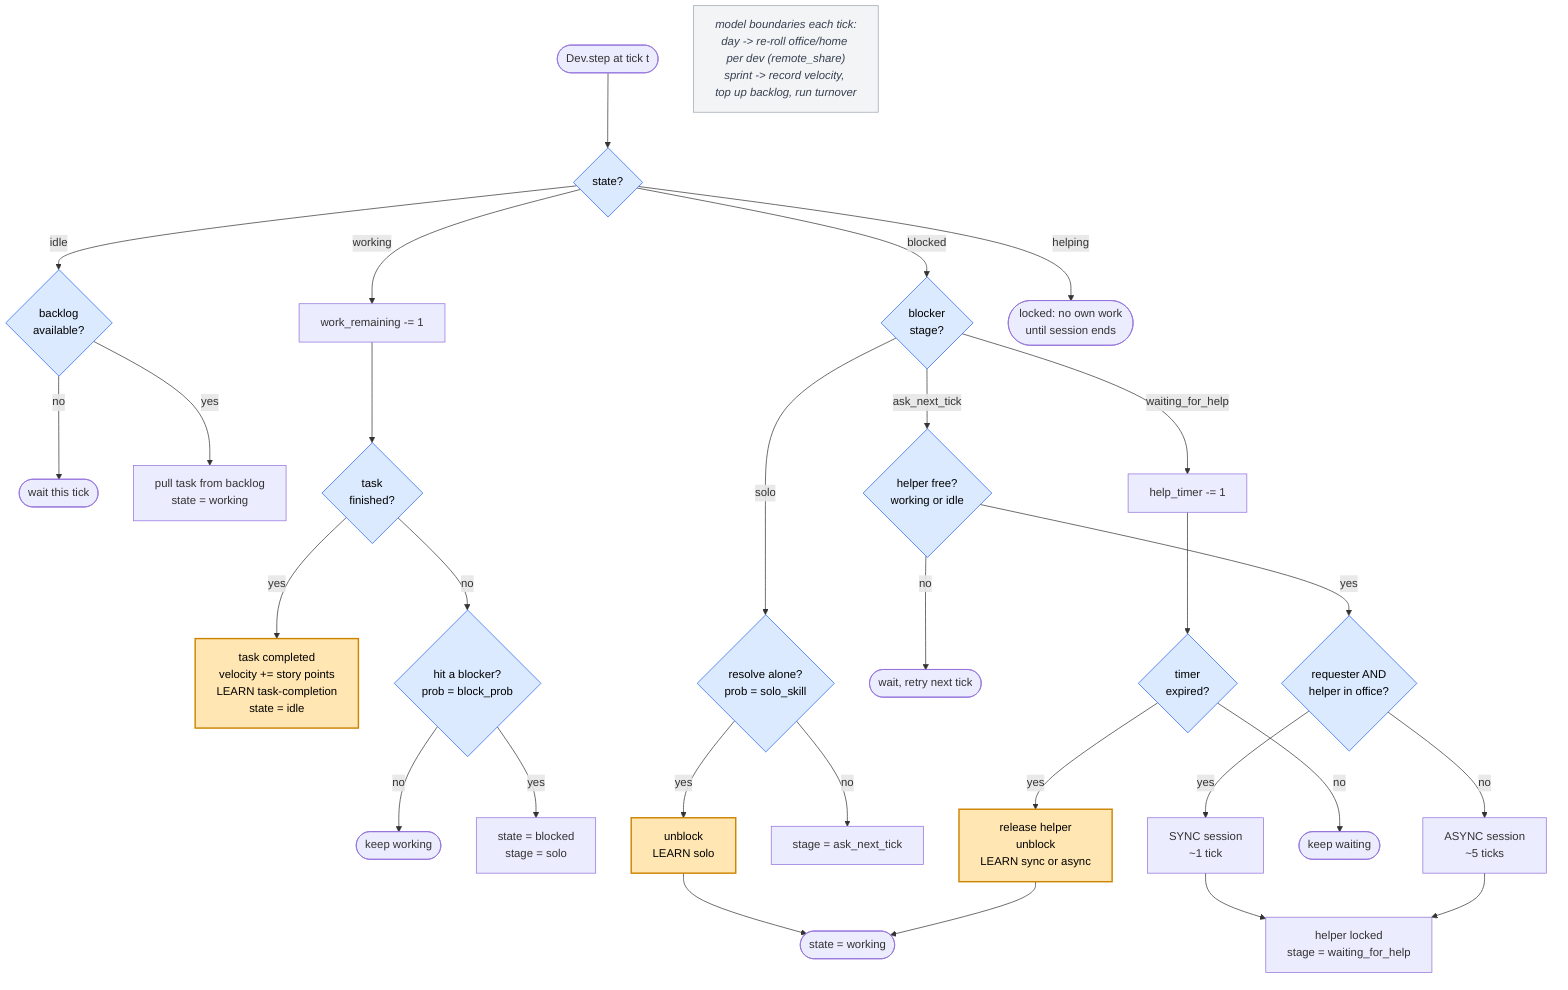
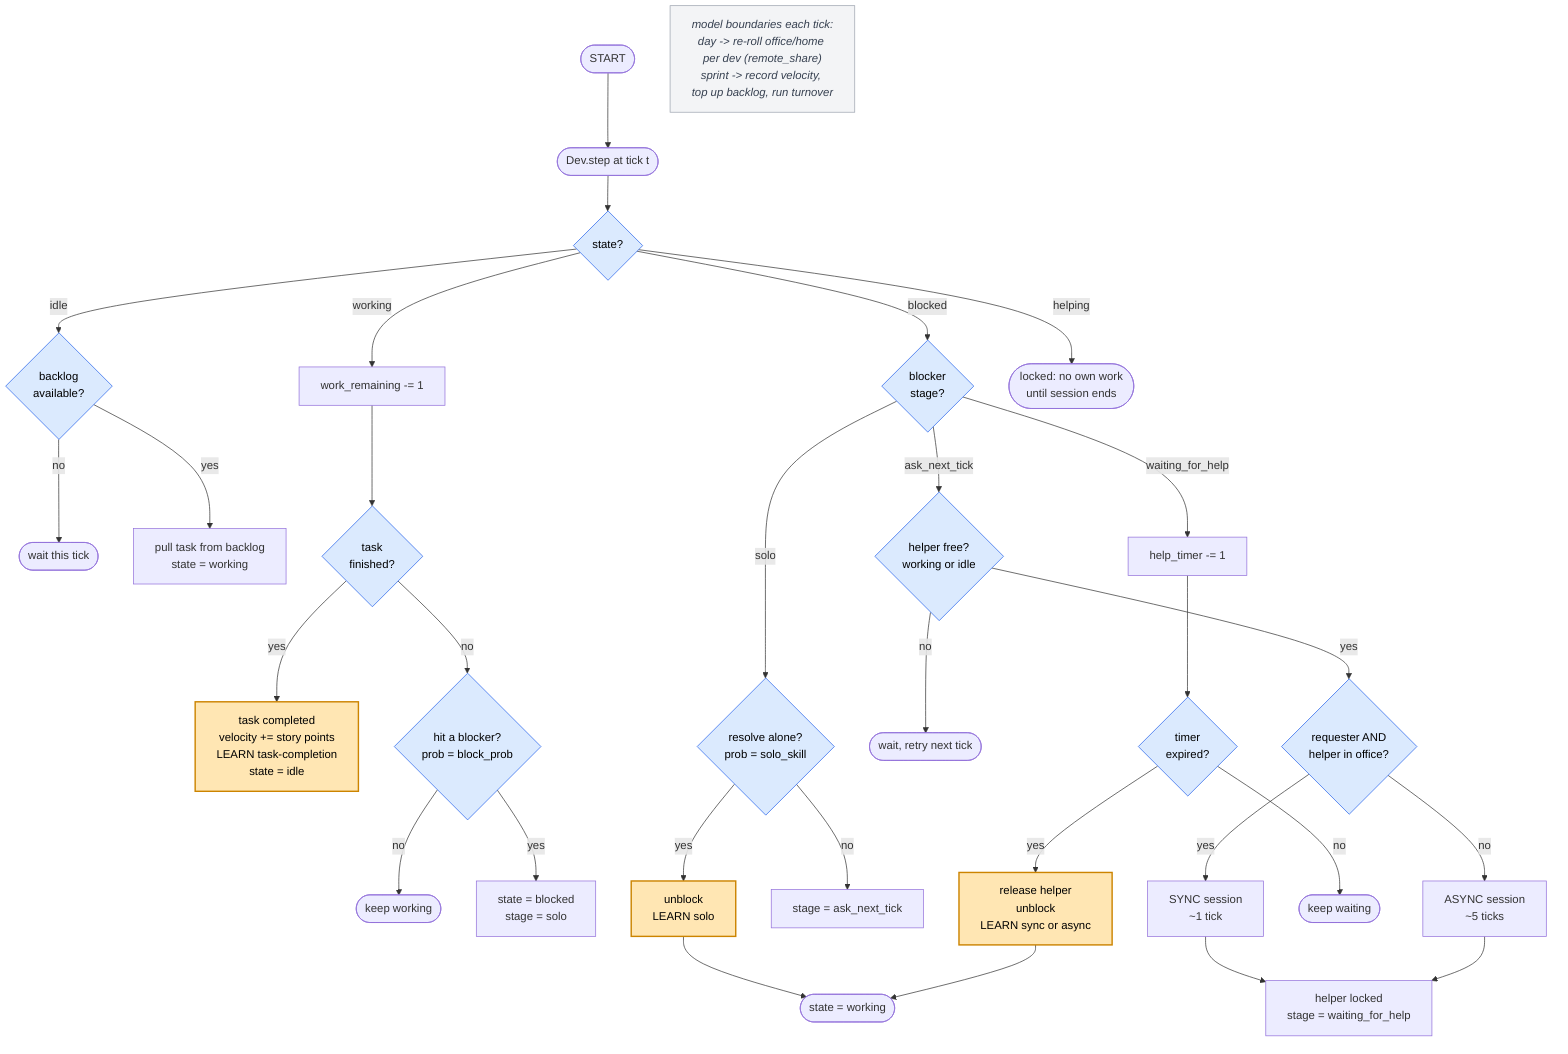
flowchart TD
-     Start([Dev.step at tick t]) --> S{state?}
+     Begin([START]) --> Start([Dev.step at tick t])
+     Start --> S{state?}

    %% ---- idle ----
    S -->|idle| I{backlog<br/>available?}
    I -->|no| Wait1([wait this tick])
    I -->|yes| Pull[pull task from backlog<br/>state = working]

    %% ---- working ----
    S -->|working| W[work_remaining -= 1]
    W --> Done{task<br/>finished?}
    Done -->|yes| Complete[task completed<br/>velocity += story points<br/>LEARN task-completion<br/>state = idle]
    Done -->|no| Blk{hit a blocker?<br/>prob = block_prob}
    Blk -->|no| Cont([keep working])
    Blk -->|yes| SetBlk[state = blocked<br/>stage = solo]

    %% ---- blocked: dispatch on stage ----
    S -->|blocked| BS{blocker<br/>stage?}

    BS -->|solo| Solo{resolve alone?<br/>prob = solo_skill}
    Solo -->|yes| UnblkSolo[unblock<br/>LEARN solo]
    Solo -->|no| Ask[stage = ask_next_tick]

    BS -->|ask_next_tick| Find{helper free?<br/>working or idle}
    Find -->|no| Wait2([wait, retry next tick])
    Find -->|yes| Chan{requester AND<br/>helper in office?}
    Chan -->|yes| Sync[SYNC session<br/>~1 tick]
    Chan -->|no| Async[ASYNC session<br/>~5 ticks]
    Sync --> Timer[helper locked<br/>stage = waiting_for_help]
    Async --> Timer

    BS -->|waiting_for_help| TickDown[help_timer -= 1]
    TickDown --> Exp{timer<br/>expired?}
    Exp -->|no| Wait3([keep waiting])
    Exp -->|yes| UnblkHelp[release helper<br/>unblock<br/>LEARN sync or async]

    %% ---- helping ----
    S -->|helping| Lock([locked: no own work<br/>until session ends])

    %% ---- resume ----
    UnblkSolo --> Resume([state = working])
    UnblkHelp --> Resume

    %% ---- model context note ----
    Note["model boundaries each tick:<br/>day -> re-roll office/home per dev (remote_share)<br/>sprint -> record velocity, top up backlog, run turnover"]

    classDef learn fill:#ffe6b3,stroke:#cc8400,stroke-width:2px,color:#000;
    classDef decision fill:#dbeafe,stroke:#2563eb,color:#000;
    classDef note fill:#f3f4f6,stroke:#9ca3af,color:#374151,font-style:italic;
    class Complete,UnblkSolo,UnblkHelp learn;
    class S,I,Done,Blk,BS,Solo,Find,Chan,Exp decision;
    class Note note;
